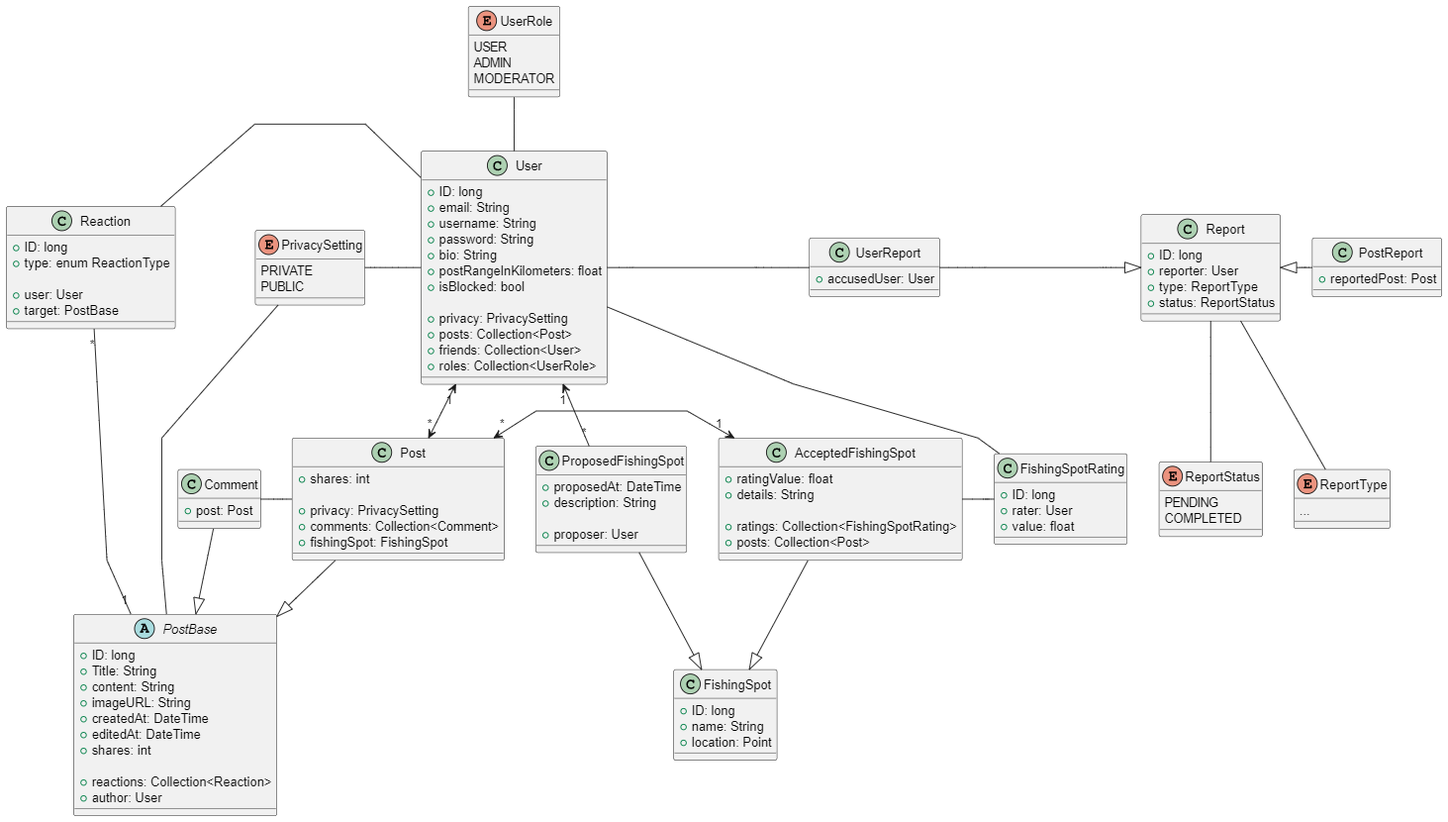
The PlantUML diagram docs/domain_diagram.png in jgeb28/AleOkaz, before a commit. Its source is kept beside it as docs/domain_diagram.puml.
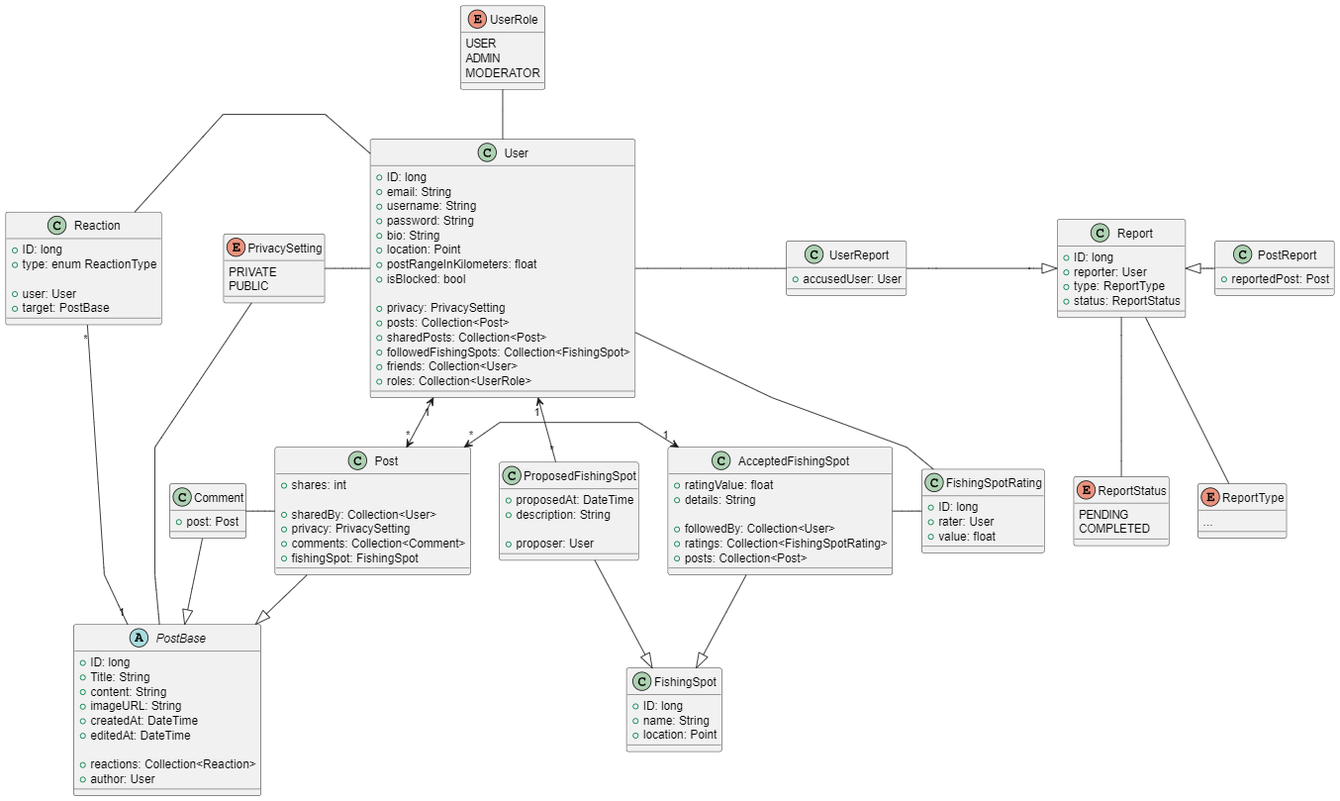
Above is the later version.

Commit message:
Uaktualnienie diagramu -

share,
follow fishing spot,
user location

The edit, as a diff of the source:
```diff
@@ -14,11 +14,14 @@
     + username: String
     + password: String
     + bio: String
+    + location: Point
     + postRangeInKilometers: float
     + isBlocked: bool
 
     + privacy: PrivacySetting
     + posts: Collection<Post>
+    + sharedPosts: Collection<Post>
+    + followedFishingSpots: Collection<FishingSpot>
     + friends: Collection<User>
     + roles: Collection<UserRole>
 }
@@ -35,7 +38,6 @@
     + imageURL: String
     + createdAt: DateTime
     + editedAt: DateTime
-    + shares: int
 
     + reactions: Collection<Reaction>
     + author: User
@@ -44,6 +46,7 @@
 class Post {
     + shares: int
 
+    + sharedBy: Collection<User>
     + privacy: PrivacySetting
     + comments: Collection<Comment>
     + fishingSpot: FishingSpot
@@ -97,6 +100,7 @@
     + ratingValue: float
     + details: String
 
+    + followedBy: Collection<User>
     + ratings: Collection<FishingSpotRating>
     + posts: Collection<Post>
 }
```
